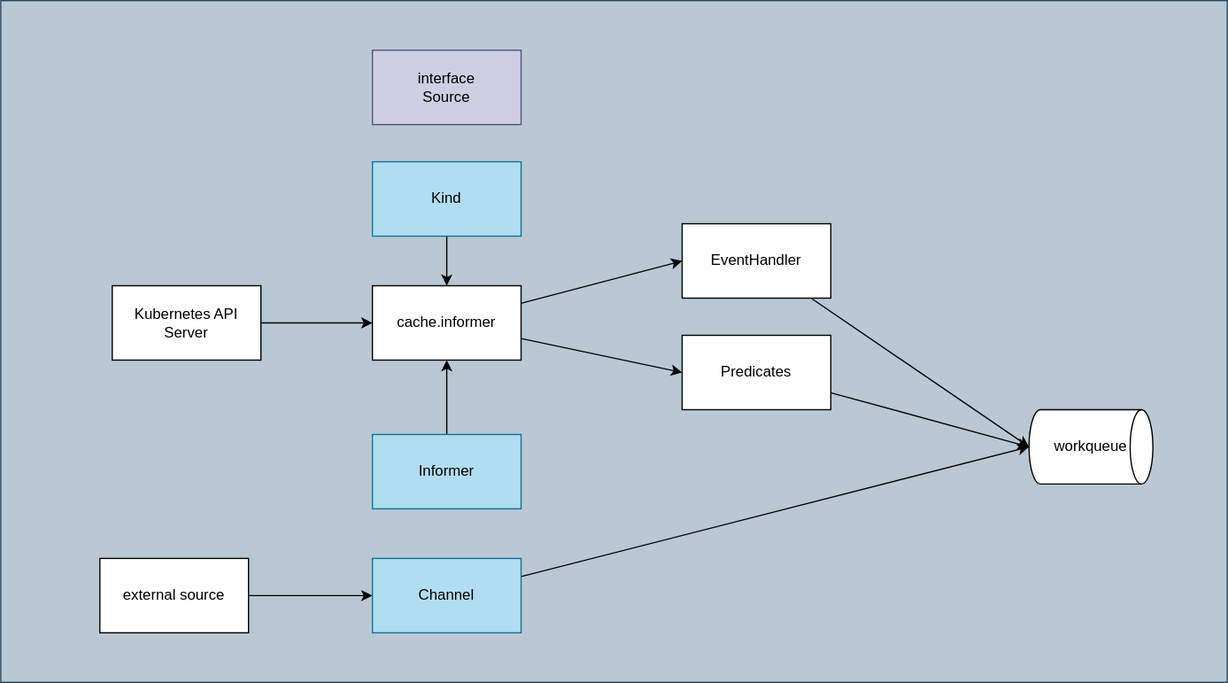
This is contents/kubernetes-operator/controller-runtime/source/dataflow.drawio.svg from nakamasato/kubernetes-training, a draw.io export, as it was before one commit. Source tidied: cells renumbered, new cells last; positions are measured from the earlier drawing's top-left corner, leaving out a move shared by most shapes.
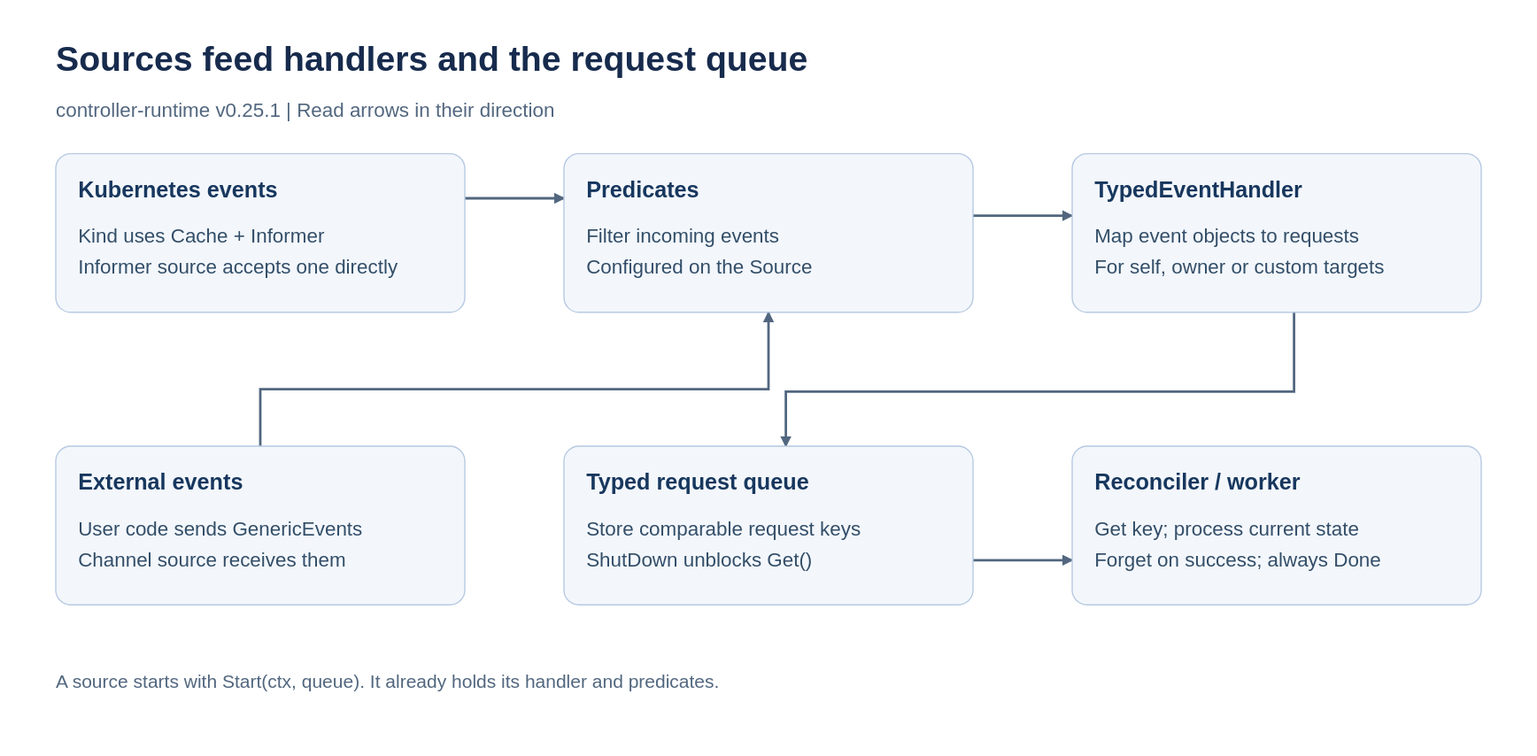
After the change.

What changed in the source:
```diff
@@ -2,65 +2,93 @@
   <root>
     <mxCell id="0" />
     <mxCell id="1" parent="0" />
-    <mxCell id="2" style="rounded=0;whiteSpace=wrap;html=1;fillColor=#bac8d3;strokeColor=#23445d;" parent="1" vertex="1">
-      <mxGeometry width="990" height="550" as="geometry" />
-    </mxCell>
-    <mxCell id="3" style="edgeStyle=none;html=1;" parent="1" edge="1" source="4" target="14">
-      <mxGeometry relative="1" as="geometry" />
-    </mxCell>
-    <mxCell id="4" value="Kind" style="rounded=0;whiteSpace=wrap;html=1;fillColor=#b1ddf0;strokeColor=#10739e;strokeWidth=1;" parent="1" vertex="1">
-      <mxGeometry x="300" y="130" width="120" height="60" as="geometry" />
-    </mxCell>
-    <mxCell id="5" style="edgeStyle=none;html=1;" parent="1" edge="1" source="6" target="14">
-      <mxGeometry relative="1" as="geometry" />
-    </mxCell>
-    <mxCell id="6" value="Informer" style="rounded=0;whiteSpace=wrap;html=1;fillColor=#b1ddf0;strokeColor=#10739e;" parent="1" vertex="1">
-      <mxGeometry x="300" y="350" width="120" height="60" as="geometry" />
-    </mxCell>
-    <mxCell id="7" style="edgeStyle=none;html=1;entryX=0;entryY=0.5;entryDx=0;entryDy=0;entryPerimeter=0;" parent="1" edge="1" source="8" target="19">
-      <mxGeometry relative="1" as="geometry" />
-    </mxCell>
-    <mxCell id="8" value="Channel" style="rounded=0;whiteSpace=wrap;html=1;fillColor=#b1ddf0;strokeColor=#10739e;" parent="1" vertex="1">
-      <mxGeometry x="300" y="450" width="120" height="60" as="geometry" />
-    </mxCell>
-    <mxCell id="9" value="interface&lt;br&gt;Source" style="rounded=0;whiteSpace=wrap;html=1;fillColor=#d0cee2;strokeColor=#56517e;" parent="1" vertex="1">
-      <mxGeometry x="300" y="40" width="120" height="60" as="geometry" />
-    </mxCell>
-    <mxCell id="10" style="edgeStyle=none;html=1;" parent="1" edge="1" source="11" target="14">
-      <mxGeometry relative="1" as="geometry" />
-    </mxCell>
-    <mxCell id="11" value="Kubernetes API Server" style="rounded=0;whiteSpace=wrap;html=1;" parent="1" vertex="1">
-      <mxGeometry x="90" y="230" width="120" height="60" as="geometry" />
-    </mxCell>
-    <mxCell id="12" style="edgeStyle=none;html=1;entryX=0;entryY=0.5;entryDx=0;entryDy=0;" parent="1" edge="1" source="14" target="16">
-      <mxGeometry relative="1" as="geometry" />
-    </mxCell>
-    <mxCell id="13" style="edgeStyle=none;html=1;entryX=0;entryY=0.5;entryDx=0;entryDy=0;" parent="1" edge="1" source="14" target="18">
-      <mxGeometry relative="1" as="geometry" />
-    </mxCell>
-    <mxCell id="14" value="cache.informer" style="rounded=0;whiteSpace=wrap;html=1;" parent="1" vertex="1">
-      <mxGeometry x="300" y="230" width="120" height="60" as="geometry" />
-    </mxCell>
-    <mxCell id="15" style="edgeStyle=none;html=1;entryX=0;entryY=0.5;entryDx=0;entryDy=0;entryPerimeter=0;" parent="1" edge="1" source="16" target="19">
-      <mxGeometry relative="1" as="geometry" />
-    </mxCell>
-    <mxCell id="16" value="EventHandler" style="rounded=0;whiteSpace=wrap;html=1;" parent="1" vertex="1">
-      <mxGeometry x="550" y="180" width="120" height="60" as="geometry" />
-    </mxCell>
-    <mxCell id="17" style="edgeStyle=none;html=1;entryX=0;entryY=0.5;entryDx=0;entryDy=0;entryPerimeter=0;" parent="1" edge="1" source="18" target="19">
-      <mxGeometry relative="1" as="geometry" />
-    </mxCell>
+    <mxCell id="22" value="Sources feed handlers and the request queue" style="text;html=0;align=left;verticalAlign=middle;whiteSpace=wrap;fontFamily=Arial;fontSize=28;fontStyle=1;fontColor=#172B4D;" parent="1" vertex="1">
+      <mxGeometry x="465" y="75" width="1150" height="40" as="geometry" />
+    </mxCell>
+    <mxCell id="23" value="controller-runtime v0.25.1  |  Read arrows in their direction" style="text;html=0;align=left;verticalAlign=middle;whiteSpace=wrap;fontFamily=Arial;fontSize=16;fontColor=#52677F;" parent="1" vertex="1">
+      <mxGeometry x="465" y="125" width="1150" height="24" as="geometry" />
+    </mxCell>
+    <mxCell id="24" value="A source starts with Start(ctx, queue). It already holds its handler and predicates." style="text;html=0;align=left;verticalAlign=middle;whiteSpace=wrap;fontFamily=Arial;fontSize=15;fontColor=#52677F;" parent="1" vertex="1">
+      <mxGeometry x="465" y="585" width="1150" height="48" as="geometry" />
+    </mxCell>
+    <mxCell id="25" style="exitX=1.0;exitY=0.28125;entryX=0.0;entryY=0.28125;edgeStyle=none;html=0;endArrow=block;endFill=1;strokeColor=#52677F;strokeWidth=2;" parent="1" edge="1" source="30" target="33">
+      <mxGeometry relative="1" as="geometry" />
+    </mxCell>
+    <mxCell id="26" style="exitX=1.0;exitY=0.390625;entryX=0.0;entryY=0.390625;edgeStyle=none;html=0;endArrow=block;endFill=1;strokeColor=#52677F;strokeWidth=2;" parent="1" edge="1" source="33" target="35">
+      <mxGeometry relative="1" as="geometry" />
+    </mxCell>
+    <mxCell id="27" style="exitX=0.5;exitY=0.0;entryX=0.5;entryY=1.0;edgeStyle=none;html=0;endArrow=block;endFill=1;strokeColor=#52677F;strokeWidth=2;" parent="1" edge="1" source="38" target="33">
+      <mxGeometry relative="1" as="geometry">
+        <Array as="points">
+          <mxPoint x="630" y="364" />
+          <mxPoint x="1040" y="364" />
+        </Array>
+      </mxGeometry>
+    </mxCell>
+    <mxCell id="28" style="exitX=0.5424242424242425;exitY=1.0;entryX=0.5424242424242425;entryY=0.0;edgeStyle=none;html=0;endArrow=block;endFill=1;strokeColor=#52677F;strokeWidth=2;" parent="1" edge="1" source="35" target="41">
+      <mxGeometry relative="1" as="geometry">
+        <Array as="points">
+          <mxPoint x="1464" y="366" />
+          <mxPoint x="1054" y="366" />
+        </Array>
+      </mxGeometry>
+    </mxCell>
+    <mxCell id="29" style="exitX=1.0;exitY=0.71875;entryX=0.0;entryY=0.71875;edgeStyle=none;html=0;endArrow=block;endFill=1;strokeColor=#52677F;strokeWidth=2;" parent="1" edge="1" source="41" target="44">
+      <mxGeometry relative="1" as="geometry" />
+    </mxCell>
+    <mxCell id="30" style="rounded=1;arcSize=12;html=0;fillColor=#F3F7FC;strokeColor=#B7C9E2;strokeWidth=1;" parent="1" vertex="1">
+      <mxGeometry x="465" y="174" width="330" height="128" as="geometry" />
+    </mxCell>
+    <mxCell id="31" value="Kubernetes events" style="text;html=0;align=left;verticalAlign=middle;whiteSpace=wrap;fontFamily=Arial;fontSize=18;fontStyle=1;fontColor=#17375E;" parent="30" vertex="1">
+      <mxGeometry x="18" y="14" width="294" height="30" as="geometry" />
+    </mxCell>
+    <mxCell id="32" value="Kind uses Cache + Informer&#10;Informer source accepts one directly" style="text;html=0;align=left;verticalAlign=middle;whiteSpace=wrap;fontFamily=Arial;fontSize=16;fontColor=#334E68;" parent="30" vertex="1">
+      <mxGeometry x="18" y="51" width="294" height="63" as="geometry" />
+    </mxCell>
+    <mxCell id="33" style="rounded=1;arcSize=12;html=0;fillColor=#F3F7FC;strokeColor=#B7C9E2;strokeWidth=1;" parent="1" vertex="1">
+      <mxGeometry x="875" y="174" width="330" height="128" as="geometry" />
+    </mxCell>
-    <mxCell id="18" value="Predicates" style="rounded=0;whiteSpace=wrap;html=1;" parent="1" vertex="1">
-      <mxGeometry x="550" y="270" width="120" height="60" as="geometry" />
+    <mxCell id="18" value="Predicates" style="text;html=0;align=left;verticalAlign=middle;whiteSpace=wrap;fontFamily=Arial;fontSize=18;fontStyle=1;fontColor=#17375E;" parent="33" vertex="1">
+      <mxGeometry x="18" y="14" width="294" height="30" as="geometry" />
     </mxCell>
-    <mxCell id="19" value="workqueue" style="strokeWidth=1;html=1;shape=mxgraph.flowchart.direct_data;whiteSpace=wrap;" parent="1" vertex="1">
-      <mxGeometry x="830" y="330" width="100" height="60" as="geometry" />
-    </mxCell>
-    <mxCell id="20" style="edgeStyle=none;html=1;" parent="1" edge="1" source="21" target="8">
-      <mxGeometry relative="1" as="geometry" />
-    </mxCell>
-    <mxCell id="21" value="external source" style="rounded=0;whiteSpace=wrap;html=1;" parent="1" vertex="1">
-      <mxGeometry x="80" y="450" width="120" height="60" as="geometry" />
-    </mxCell>
+    <mxCell id="34" value="Filter incoming events&#10;Configured on the Source" style="text;html=0;align=left;verticalAlign=middle;whiteSpace=wrap;fontFamily=Arial;fontSize=16;fontColor=#334E68;" parent="33" vertex="1">
+      <mxGeometry x="18" y="51" width="294" height="63" as="geometry" />
+    </mxCell>
+    <mxCell id="35" style="rounded=1;arcSize=12;html=0;fillColor=#F3F7FC;strokeColor=#B7C9E2;strokeWidth=1;" parent="1" vertex="1">
+      <mxGeometry x="1285" y="174" width="330" height="128" as="geometry" />
+    </mxCell>
+    <mxCell id="36" value="TypedEventHandler" style="text;html=0;align=left;verticalAlign=middle;whiteSpace=wrap;fontFamily=Arial;fontSize=18;fontStyle=1;fontColor=#17375E;" parent="35" vertex="1">
+      <mxGeometry x="18" y="14" width="294" height="30" as="geometry" />
+    </mxCell>
+    <mxCell id="37" value="Map event objects to requests&#10;For self, owner or custom targets" style="text;html=0;align=left;verticalAlign=middle;whiteSpace=wrap;fontFamily=Arial;fontSize=16;fontColor=#334E68;" parent="35" vertex="1">
+      <mxGeometry x="18" y="51" width="294" height="63" as="geometry" />
+    </mxCell>
+    <mxCell id="38" style="rounded=1;arcSize=12;html=0;fillColor=#F3F7FC;strokeColor=#B7C9E2;strokeWidth=1;" parent="1" vertex="1">
+      <mxGeometry x="465" y="410" width="330" height="128" as="geometry" />
+    </mxCell>
+    <mxCell id="39" value="External events" style="text;html=0;align=left;verticalAlign=middle;whiteSpace=wrap;fontFamily=Arial;fontSize=18;fontStyle=1;fontColor=#17375E;" parent="38" vertex="1">
+      <mxGeometry x="18" y="14" width="294" height="30" as="geometry" />
+    </mxCell>
+    <mxCell id="40" value="User code sends GenericEvents&#10;Channel source receives them" style="text;html=0;align=left;verticalAlign=middle;whiteSpace=wrap;fontFamily=Arial;fontSize=16;fontColor=#334E68;" parent="38" vertex="1">
+      <mxGeometry x="18" y="51" width="294" height="63" as="geometry" />
+    </mxCell>
+    <mxCell id="41" style="rounded=1;arcSize=12;html=0;fillColor=#F3F7FC;strokeColor=#B7C9E2;strokeWidth=1;" parent="1" vertex="1">
+      <mxGeometry x="875" y="410" width="330" height="128" as="geometry" />
+    </mxCell>
+    <mxCell id="42" value="Typed request queue" style="text;html=0;align=left;verticalAlign=middle;whiteSpace=wrap;fontFamily=Arial;fontSize=18;fontStyle=1;fontColor=#17375E;" parent="41" vertex="1">
+      <mxGeometry x="18" y="14" width="294" height="30" as="geometry" />
+    </mxCell>
+    <mxCell id="43" value="Store comparable request keys&#10;ShutDown unblocks Get()" style="text;html=0;align=left;verticalAlign=middle;whiteSpace=wrap;fontFamily=Arial;fontSize=16;fontColor=#334E68;" parent="41" vertex="1">
+      <mxGeometry x="18" y="51" width="294" height="63" as="geometry" />
+    </mxCell>
+    <mxCell id="44" style="rounded=1;arcSize=12;html=0;fillColor=#F3F7FC;strokeColor=#B7C9E2;strokeWidth=1;" parent="1" vertex="1">
+      <mxGeometry x="1285" y="410" width="330" height="128" as="geometry" />
+    </mxCell>
+    <mxCell id="45" value="Reconciler / worker" style="text;html=0;align=left;verticalAlign=middle;whiteSpace=wrap;fontFamily=Arial;fontSize=18;fontStyle=1;fontColor=#17375E;" parent="44" vertex="1">
+      <mxGeometry x="18" y="14" width="294" height="30" as="geometry" />
+    </mxCell>
+    <mxCell id="46" value="Get key; process current state&#10;Forget on success; always Done" style="text;html=0;align=left;verticalAlign=middle;whiteSpace=wrap;fontFamily=Arial;fontSize=16;fontColor=#334E68;" parent="44" vertex="1">
+      <mxGeometry x="18" y="51" width="294" height="63" as="geometry" />
+    </mxCell>
   </root>
 </mxGraphModel>
```
